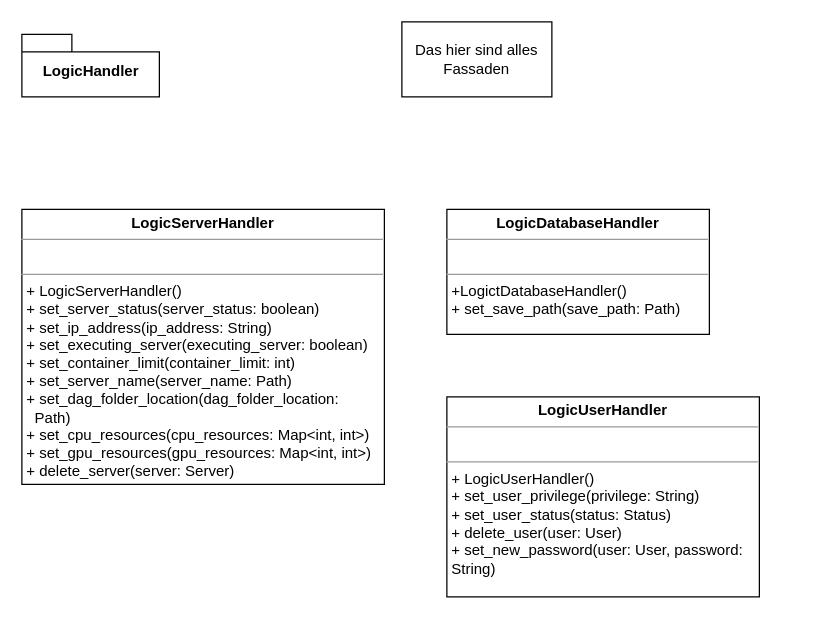
Above: entwurf/logic_hardware.drawio in soerenray/MatFlow (draw.io), before the change. Source tidied: cells renumbered, new cells numbered last; positions are measured from the earlier drawing's top-left corner, leaving out a move shared by most shapes. Both pictures are drawn from the tidied source at 125%, with x=0, y=0 at pixel (21, 21).
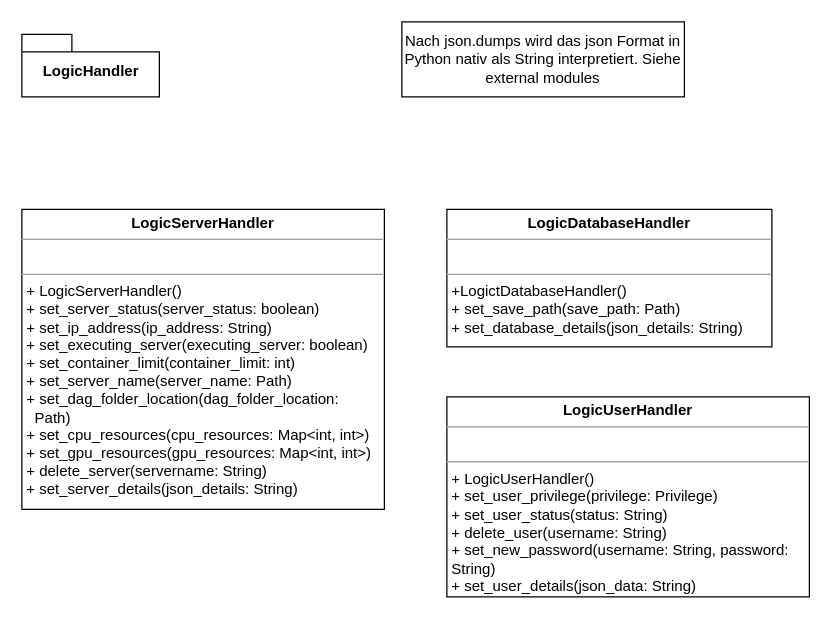
The same diagram, later.

What changed in the source:
```diff
@@
 <mxGraphModel>
   <root>
     <mxCell id="0" />
     <mxCell id="1" parent="0" />
     <mxCell id="2" value="LogicHandler" style="shape=folder;fontStyle=1;spacingTop=10;tabWidth=40;tabHeight=14;tabPosition=left;html=1;" parent="1" vertex="1">
       <mxGeometry y="10" width="110" height="50" as="geometry" />
     </mxCell>
-    <mxCell id="3" value="Das hier sind alles Fassaden" style="rounded=0;whiteSpace=wrap;html=1;" parent="1" vertex="1">
-      <mxGeometry x="304" width="120" height="60" as="geometry" />
+    <mxCell id="3" value="Nach json.dumps wird das json Format in Python nativ als String interpretiert. Siehe external modules" style="rounded=0;whiteSpace=wrap;html=1;" parent="1" vertex="1">
+      <mxGeometry x="304" width="226" height="60" as="geometry" />
     </mxCell>
-    <mxCell id="4" value="&lt;p style=&quot;margin: 0px ; margin-top: 4px ; text-align: center&quot;&gt;&lt;b&gt;LogicServerHandler&lt;/b&gt;&lt;/p&gt;&lt;hr size=&quot;1&quot;&gt;&lt;p style=&quot;margin: 0px ; margin-left: 4px&quot;&gt;&lt;br&gt;&lt;/p&gt;&lt;hr size=&quot;1&quot;&gt;&lt;p style=&quot;margin: 0px ; margin-left: 4px&quot;&gt;+ LogicServerHandler()&lt;/p&gt;&lt;p style=&quot;margin: 0px ; margin-left: 4px&quot;&gt;+ set_server_status(server_status: boolean)&lt;/p&gt;&lt;p style=&quot;margin: 0px ; margin-left: 4px&quot;&gt;+ set_ip_address(ip_address: String)&lt;/p&gt;&lt;p style=&quot;margin: 0px ; margin-left: 4px&quot;&gt;+ set_executing_server(executing_server: boolean)&lt;/p&gt;&lt;p style=&quot;margin: 0px ; margin-left: 4px&quot;&gt;+ set_container_limit(container_limit: int)&lt;/p&gt;&lt;p style=&quot;margin: 0px ; margin-left: 4px&quot;&gt;+ set_server_name(server_name: Path)&lt;/p&gt;&lt;p style=&quot;margin: 0px ; margin-left: 4px&quot;&gt;+ set_dag_folder_location(dag_folder_location:&amp;nbsp;&lt;/p&gt;&lt;p style=&quot;margin: 0px ; margin-left: 4px&quot;&gt;&lt;span&gt;&amp;nbsp; &lt;/span&gt;Path)&lt;/p&gt;&lt;p style=&quot;margin: 0px ; margin-left: 4px&quot;&gt;+ set_cpu_resources(cpu_resources: Map&amp;lt;int, int&amp;gt;)&lt;/p&gt;&lt;p style=&quot;margin: 0px ; margin-left: 4px&quot;&gt;+ set_gpu_resources(gpu_resources: Map&amp;lt;int, int&amp;gt;)&lt;/p&gt;&lt;p style=&quot;margin: 0px ; margin-left: 4px&quot;&gt;+ delete_server(server: Server)&lt;/p&gt;" style="verticalAlign=top;align=left;overflow=fill;fontSize=12;fontFamily=Helvetica;html=1;" parent="1" vertex="1">
-      <mxGeometry y="150" width="290" height="220" as="geometry" />
+    <mxCell id="4" value="&lt;p style=&quot;margin: 0px ; margin-top: 4px ; text-align: center&quot;&gt;&lt;b&gt;LogicServerHandler&lt;/b&gt;&lt;/p&gt;&lt;hr size=&quot;1&quot;&gt;&lt;p style=&quot;margin: 0px ; margin-left: 4px&quot;&gt;&lt;br&gt;&lt;/p&gt;&lt;hr size=&quot;1&quot;&gt;&lt;p style=&quot;margin: 0px ; margin-left: 4px&quot;&gt;+ LogicServerHandler()&lt;/p&gt;&lt;p style=&quot;margin: 0px ; margin-left: 4px&quot;&gt;+ set_server_status(server_status: boolean)&lt;/p&gt;&lt;p style=&quot;margin: 0px ; margin-left: 4px&quot;&gt;+ set_ip_address(ip_address: String)&lt;/p&gt;&lt;p style=&quot;margin: 0px ; margin-left: 4px&quot;&gt;+ set_executing_server(executing_server: boolean)&lt;/p&gt;&lt;p style=&quot;margin: 0px ; margin-left: 4px&quot;&gt;+ set_container_limit(container_limit: int)&lt;/p&gt;&lt;p style=&quot;margin: 0px ; margin-left: 4px&quot;&gt;+ set_server_name(server_name: Path)&lt;/p&gt;&lt;p style=&quot;margin: 0px ; margin-left: 4px&quot;&gt;+ set_dag_folder_location(dag_folder_location:&amp;nbsp;&lt;/p&gt;&lt;p style=&quot;margin: 0px ; margin-left: 4px&quot;&gt;&lt;span&gt;&amp;nbsp; &lt;/span&gt;Path)&lt;/p&gt;&lt;p style=&quot;margin: 0px ; margin-left: 4px&quot;&gt;+ set_cpu_resources(cpu_resources: Map&amp;lt;int, int&amp;gt;)&lt;/p&gt;&lt;p style=&quot;margin: 0px ; margin-left: 4px&quot;&gt;+ set_gpu_resources(gpu_resources: Map&amp;lt;int, int&amp;gt;)&lt;/p&gt;&lt;p style=&quot;margin: 0px ; margin-left: 4px&quot;&gt;+ delete_server(servername: String)&lt;/p&gt;&lt;p style=&quot;margin: 0px ; margin-left: 4px&quot;&gt;+ set_server_details(json_details: String)&lt;/p&gt;&lt;p style=&quot;margin: 0px ; margin-left: 4px&quot;&gt;&lt;br&gt;&lt;/p&gt;" style="verticalAlign=top;align=left;overflow=fill;fontSize=12;fontFamily=Helvetica;html=1;" parent="1" vertex="1">
+      <mxGeometry y="150" width="290" height="240" as="geometry" />
     </mxCell>
-    <mxCell id="5" value="&lt;p style=&quot;margin: 0px ; margin-top: 4px ; text-align: center&quot;&gt;&lt;b&gt;LogicDatabaseHandler&lt;/b&gt;&lt;/p&gt;&lt;hr size=&quot;1&quot;&gt;&lt;p style=&quot;margin: 0px ; margin-left: 4px&quot;&gt;&lt;br&gt;&lt;/p&gt;&lt;hr size=&quot;1&quot;&gt;&lt;p style=&quot;margin: 0px ; margin-left: 4px&quot;&gt;+LogictDatabaseHandler()&lt;/p&gt;&lt;p style=&quot;margin: 0px ; margin-left: 4px&quot;&gt;+ set_save_path(save_path: Path)&lt;/p&gt;&lt;p style=&quot;margin: 0px ; margin-left: 4px&quot;&gt;&lt;br&gt;&lt;/p&gt;" style="verticalAlign=top;align=left;overflow=fill;fontSize=12;fontFamily=Helvetica;html=1;" parent="1" vertex="1">
-      <mxGeometry x="340" y="150" width="210" height="100" as="geometry" />
+    <mxCell id="5" value="&lt;p style=&quot;margin: 0px ; margin-top: 4px ; text-align: center&quot;&gt;&lt;b&gt;LogicDatabaseHandler&lt;/b&gt;&lt;/p&gt;&lt;hr size=&quot;1&quot;&gt;&lt;p style=&quot;margin: 0px ; margin-left: 4px&quot;&gt;&lt;br&gt;&lt;/p&gt;&lt;hr size=&quot;1&quot;&gt;&lt;p style=&quot;margin: 0px ; margin-left: 4px&quot;&gt;+LogictDatabaseHandler()&lt;/p&gt;&lt;p style=&quot;margin: 0px ; margin-left: 4px&quot;&gt;+ set_save_path(save_path: Path)&lt;/p&gt;&lt;p style=&quot;margin: 0px ; margin-left: 4px&quot;&gt;+ set_database_details(json_details: String)&lt;/p&gt;&lt;p style=&quot;margin: 0px ; margin-left: 4px&quot;&gt;&lt;br&gt;&lt;/p&gt;" style="verticalAlign=top;align=left;overflow=fill;fontSize=12;fontFamily=Helvetica;html=1;" parent="1" vertex="1">
+      <mxGeometry x="340" y="150" width="260" height="110" as="geometry" />
     </mxCell>
-    <mxCell id="6" value="&lt;p style=&quot;margin: 0px ; margin-top: 4px ; text-align: center&quot;&gt;&lt;b&gt;LogicUserHandler&lt;/b&gt;&lt;/p&gt;&lt;hr size=&quot;1&quot;&gt;&lt;p style=&quot;margin: 0px ; margin-left: 4px&quot;&gt;&lt;br&gt;&lt;/p&gt;&lt;hr size=&quot;1&quot;&gt;&lt;p style=&quot;margin: 0px ; margin-left: 4px&quot;&gt;+ LogicUserHandler()&lt;/p&gt;&lt;p style=&quot;margin: 0px ; margin-left: 4px&quot;&gt;+ set_user_privilege(privilege: String)&lt;/p&gt;&lt;p style=&quot;margin: 0px ; margin-left: 4px&quot;&gt;+ set_user_status(status: Status)&lt;/p&gt;&lt;p style=&quot;margin: 0px ; margin-left: 4px&quot;&gt;+ delete_user(user: User)&lt;/p&gt;&lt;p style=&quot;margin: 0px ; margin-left: 4px&quot;&gt;+ set_new_password(user: User, password:&lt;/p&gt;&lt;p style=&quot;margin: 0px ; margin-left: 4px&quot;&gt;String)&lt;/p&gt;" style="verticalAlign=top;align=left;overflow=fill;fontSize=12;fontFamily=Helvetica;html=1;" parent="1" vertex="1">
-      <mxGeometry x="340" y="300" width="250" height="160" as="geometry" />
+    <mxCell id="6" value="&lt;p style=&quot;margin: 0px ; margin-top: 4px ; text-align: center&quot;&gt;&lt;b&gt;LogicUserHandler&lt;/b&gt;&lt;/p&gt;&lt;hr size=&quot;1&quot;&gt;&lt;p style=&quot;margin: 0px ; margin-left: 4px&quot;&gt;&lt;br&gt;&lt;/p&gt;&lt;hr size=&quot;1&quot;&gt;&lt;p style=&quot;margin: 0px ; margin-left: 4px&quot;&gt;+ LogicUserHandler()&lt;/p&gt;&lt;p style=&quot;margin: 0px ; margin-left: 4px&quot;&gt;+ set_user_privilege(privilege: Privilege)&lt;/p&gt;&lt;p style=&quot;margin: 0px ; margin-left: 4px&quot;&gt;+ set_user_status(status: String)&lt;/p&gt;&lt;p style=&quot;margin: 0px ; margin-left: 4px&quot;&gt;+ delete_user(username: String)&lt;/p&gt;&lt;p style=&quot;margin: 0px ; margin-left: 4px&quot;&gt;+ set_new_password(username: String, password:&lt;/p&gt;&lt;p style=&quot;margin: 0px ; margin-left: 4px&quot;&gt;String)&lt;/p&gt;&lt;p style=&quot;margin: 0px ; margin-left: 4px&quot;&gt;+ set_user_details(json_data: String)&lt;/p&gt;" style="verticalAlign=top;align=left;overflow=fill;fontSize=12;fontFamily=Helvetica;html=1;" parent="1" vertex="1">
+      <mxGeometry x="340" y="300" width="290" height="160" as="geometry" />
     </mxCell>
   </root>
 </mxGraphModel>
```
